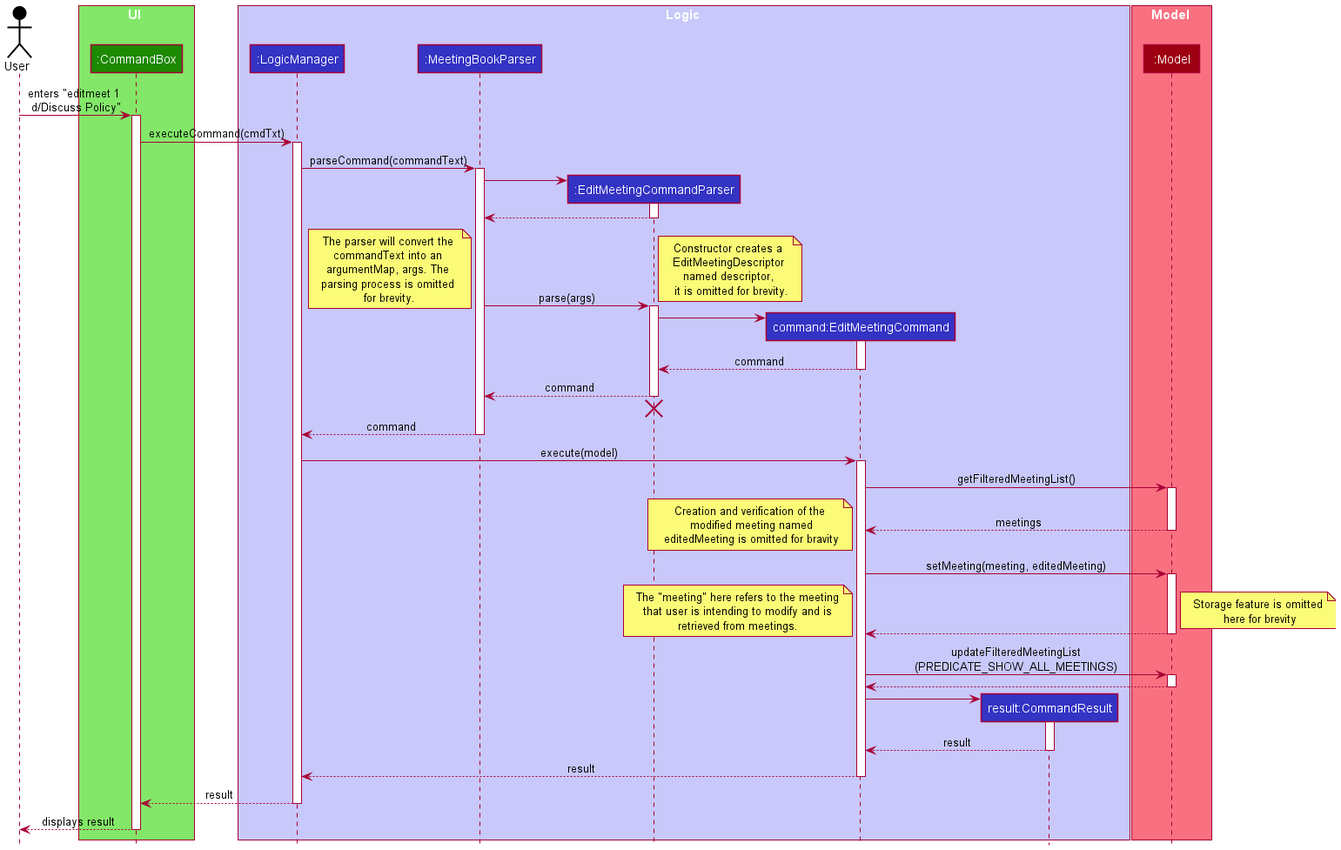
nus-cs2103-AY2021S2/tp keeps this PlantUML diagram as docs/images/EditMeetingSequenceDiagram.png. Above is the earlier version. The source it was exported from:
```plantuml
@startuml
!include style.puml

Actor User as user USER_COLOR

box UI UI_COLOR_T1
participant ":CommandBox" as CommandBox UI_COLOR
end box

box Logic LOGIC_COLOR_T1
participant ":LogicManager" as LogicManager LOGIC_COLOR
participant ":MeetingBookParser" as MeetingBookParser LOGIC_COLOR
participant ":EditMeetingCommandParser" as EditMeetingCommandParser LOGIC_COLOR
participant "command:EditMeetingCommand" as EditMeetingCommand LOGIC_COLOR

participant "result:CommandResult" as CommandResult LOGIC_COLOR
end box

box Model MODEL_COLOR_T1
participant ":Model" as Model MODEL_COLOR
end box

user -> CommandBox: enters "editmeet 1 \nd/Discuss Policy"
activate CommandBox

CommandBox-> LogicManager : executeCommand(cmdTxt)
activate LogicManager

LogicManager -> MeetingBookParser : parseCommand(commandText)
activate MeetingBookParser

create EditMeetingCommandParser
MeetingBookParser -> EditMeetingCommandParser
activate EditMeetingCommandParser

EditMeetingCommandParser --> MeetingBookParser
deactivate EditMeetingCommandParser

MeetingBookParser -> EditMeetingCommandParser : parse(args)
note bottom: The parser will convert the \ncommandText into an \nargumentMap, args. The \nparsing process is omitted \nfor brevity.
activate EditMeetingCommandParser

create EditMeetingCommand
note right: Constructor creates a \nEditMeetingDescriptor \nnamed descriptor, \n it is omitted for brevity.
EditMeetingCommandParser -> EditMeetingCommand
activate EditMeetingCommand

EditMeetingCommand --> EditMeetingCommandParser : command
deactivate EditMeetingCommand

EditMeetingCommandParser --> MeetingBookParser : command
deactivate EditMeetingCommandParser
EditMeetingCommandParser -[hidden]-> MeetingBookParser
destroy EditMeetingCommandParser

MeetingBookParser --> LogicManager : command
deactivate MeetingBookParser

LogicManager -> EditMeetingCommand : execute(model)
activate EditMeetingCommand

EditMeetingCommand -> Model: getFilteredMeetingList()
activate Model
Model --> EditMeetingCommand: meetings
deactivate Model

note top: Creation and verification of the\n modified meeting named\n editedMeeting is omitted for bravity

EditMeetingCommand -> Model: setMeeting(meeting, editedMeeting)
activate Model
Model --> EditMeetingCommand
note right: Storage feature is omitted\n here for brevity
deactivate Model

note top: The "meeting" here refers to the meeting\n that user is intending to modify and is \nretrieved from meetings.

EditMeetingCommand -> Model: updateFilteredMeetingList\n(PREDICATE_SHOW_ALL_MEETINGS)
activate Model
Model --> EditMeetingCommand
deactivate Model

create CommandResult
EditMeetingCommand -> CommandResult
activate CommandResult

CommandResult --> EditMeetingCommand: result
deactivate CommandResult

EditMeetingCommand --> LogicManager : result
deactivate EditMeetingCommand

LogicManager --> CommandBox: result
deactivate LogicManager

CommandBox --> user: displays result
deactivate CommandBox
@enduml
```
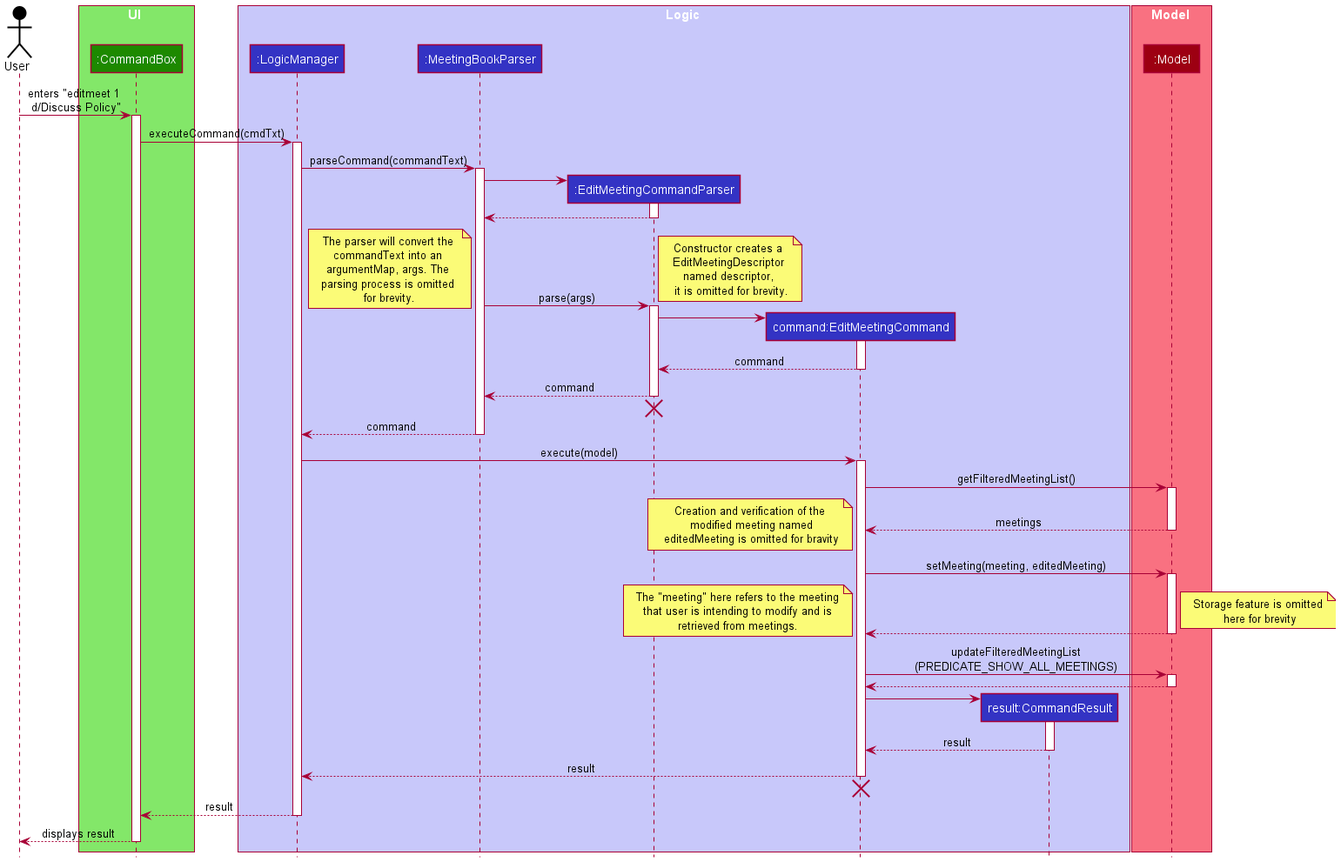
After the commit.

Commit message:
Add findMeetingCommand sequence diagram / Add termination in other sequence diagram

The edit, as a diff of the source:
```diff
@@ -88,6 +88,8 @@
 
 EditMeetingCommand --> LogicManager : result
 deactivate EditMeetingCommand
+EditMeetingCommand -[hidden]-> MeetingBookParser
+destroy EditMeetingCommand
 
 LogicManager --> CommandBox: result
 deactivate LogicManager
```
